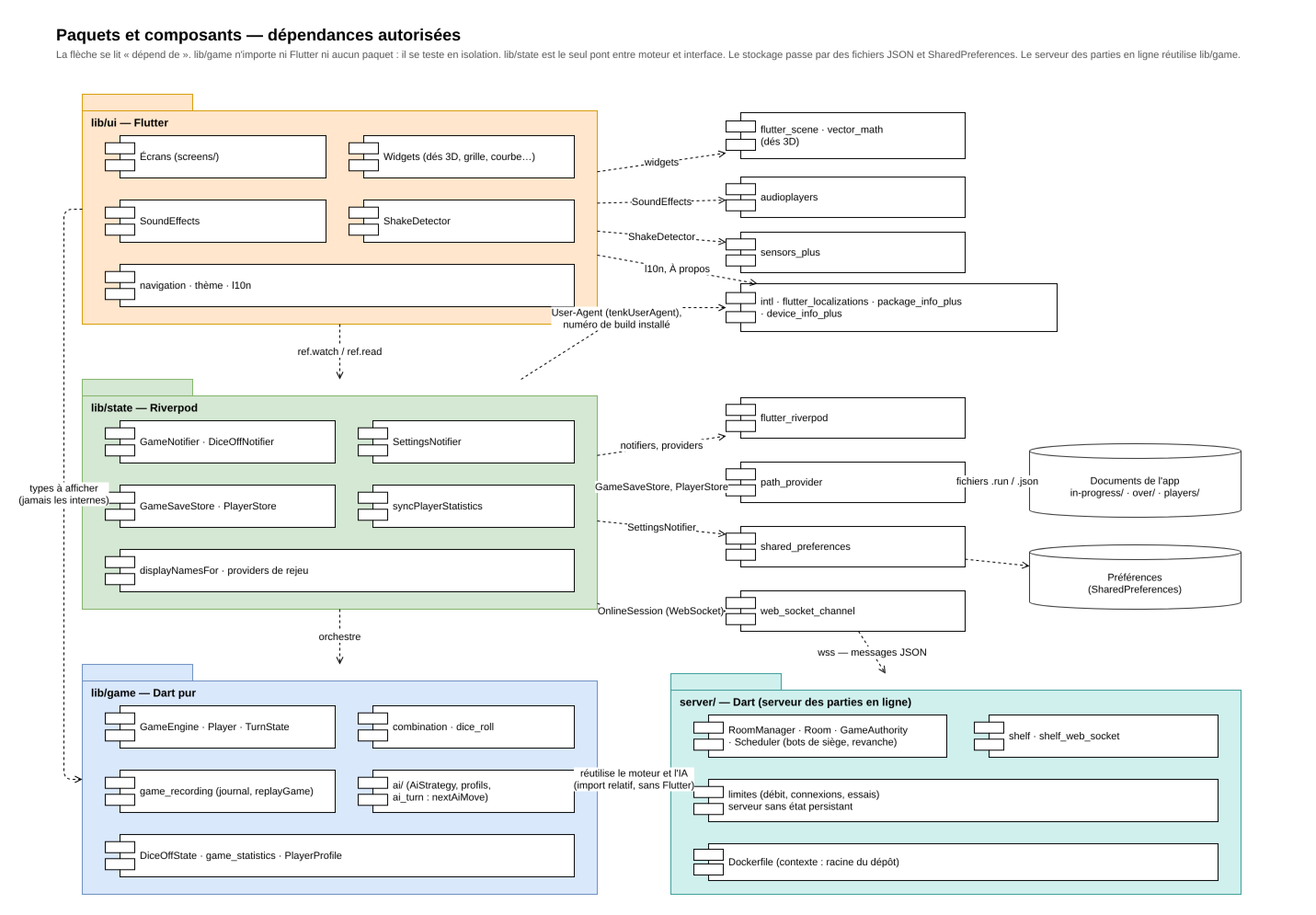
Above: docs/uml/components.png in microscotch/tenk (draw.io), before the change. Source tidied: cells renumbered, new cells last; positions are measured from the earlier drawing's top-left corner, leaving out a move shared by most shapes.
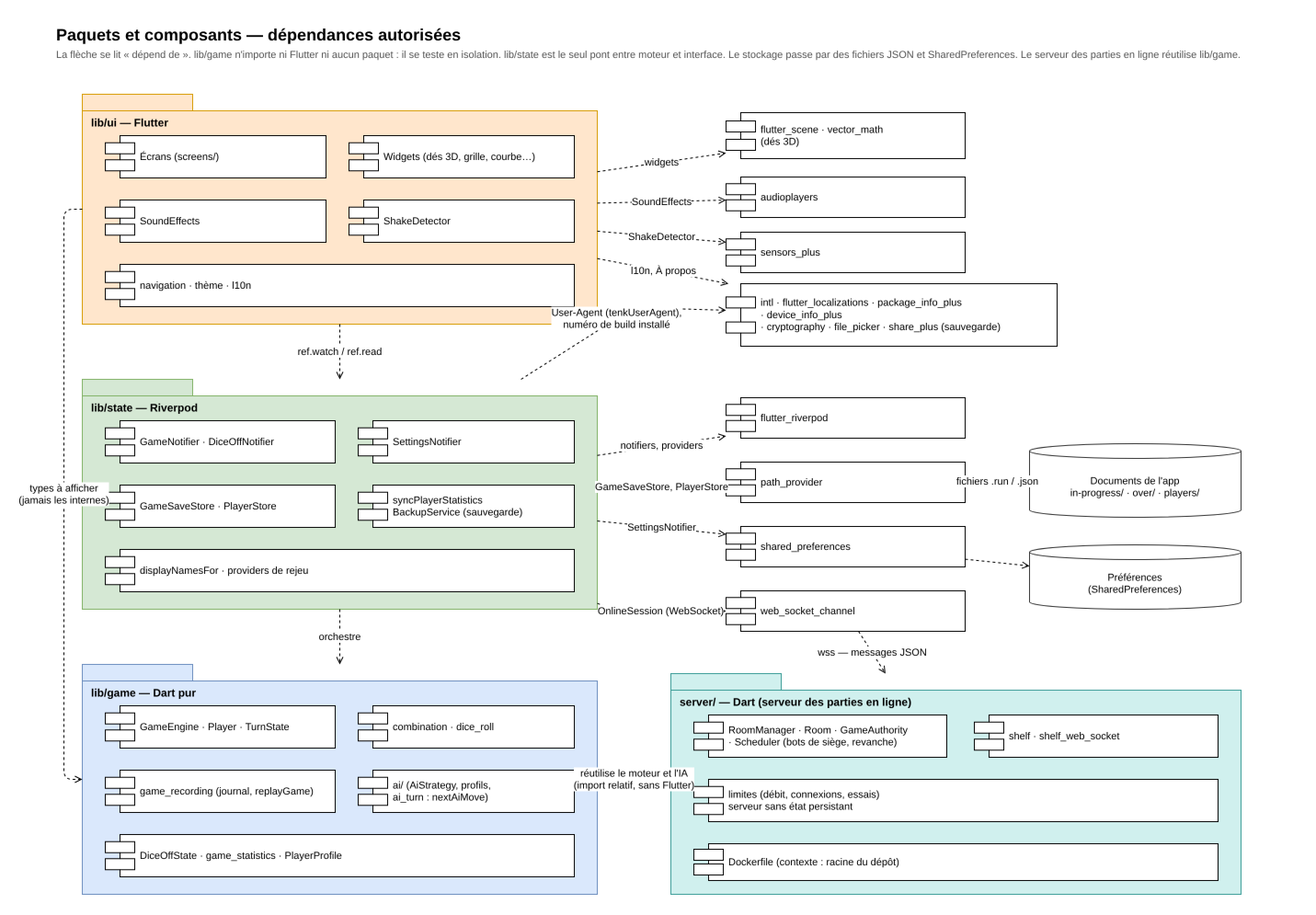
After the change.

The edit, as a diff of the source:
```diff
@@ -38,7 +38,7 @@
     <mxCell id="13" value="GameSaveStore · PlayerStore" style="shape=component;align=left;spacingLeft=36;whiteSpace=wrap;html=1;fontSize=11;" parent="1" vertex="1">
       <mxGeometry x="55" y="507" width="250" height="46" as="geometry" />
     </mxCell>
-    <mxCell id="14" value="syncPlayerStatistics" style="shape=component;align=left;spacingLeft=36;whiteSpace=wrap;html=1;fontSize=11;" parent="1" vertex="1">
+    <mxCell id="14" value="syncPlayerStatistics&lt;br&gt;BackupService (sauvegarde)" style="shape=component;align=left;spacingLeft=36;whiteSpace=wrap;html=1;fontSize=11;" parent="1" vertex="1">
       <mxGeometry x="330" y="507" width="235" height="46" as="geometry" />
     </mxCell>
     <mxCell id="15" value="displayNamesFor · providers de rejeu" style="shape=component;align=left;spacingLeft=36;whiteSpace=wrap;html=1;fontSize=11;" parent="1" vertex="1">
@@ -71,8 +71,8 @@
     <mxCell id="24" value="sensors_plus" style="shape=component;align=left;spacingLeft=36;whiteSpace=wrap;html=1;fontSize=11;" parent="1" vertex="1">
       <mxGeometry x="730" y="232" width="260" height="44" as="geometry" />
     </mxCell>
-    <mxCell id="25" value="intl · flutter_localizations · package_info_plus&lt;br/&gt;· device_info_plus" style="shape=component;align=left;spacingLeft=36;whiteSpace=wrap;html=1;fontSize=11;" parent="1" vertex="1">
-      <mxGeometry x="730" y="288" width="360" height="52" as="geometry" />
+    <mxCell id="25" value="intl · flutter_localizations · package_info_plus&lt;br/&gt;· device_info_plus&lt;br/&gt;· cryptography · file_picker · share_plus (sauvegarde)" style="shape=component;align=left;spacingLeft=36;whiteSpace=wrap;html=1;fontSize=11;" parent="1" vertex="1">
+      <mxGeometry x="730" y="288" width="360" height="68" as="geometry" />
     </mxCell>
     <mxCell id="26" value="flutter_riverpod" style="shape=component;align=left;spacingLeft=36;whiteSpace=wrap;html=1;fontSize=11;" parent="1" vertex="1">
       <mxGeometry x="730" y="412" width="260" height="44" as="geometry" />
```
